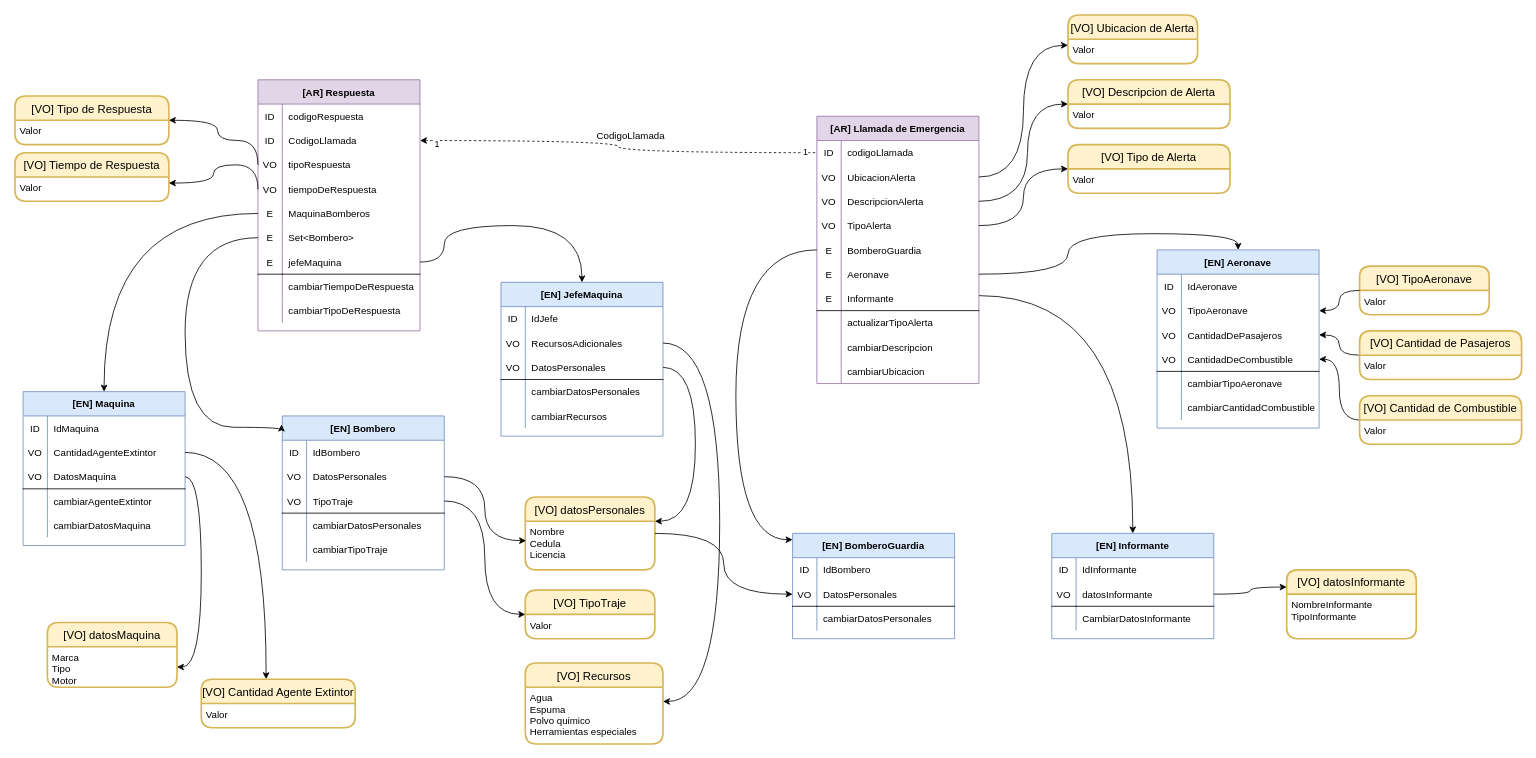
The draw.io diagram page "domain_model" (3 of 3) of Modelo de Dominio/modelo.drawio in maxdarkx/Desafio_ModeloDominio_RespuestaEmergencia, before the edit. Source tidied: cells renumbered, new cells numbered last; positions are measured from the earlier drawing's top-left corner, leaving out a move shared by most shapes. Both pictures are drawn from the tidied source at 81%, with x=0, y=0 at pixel (15, 15).
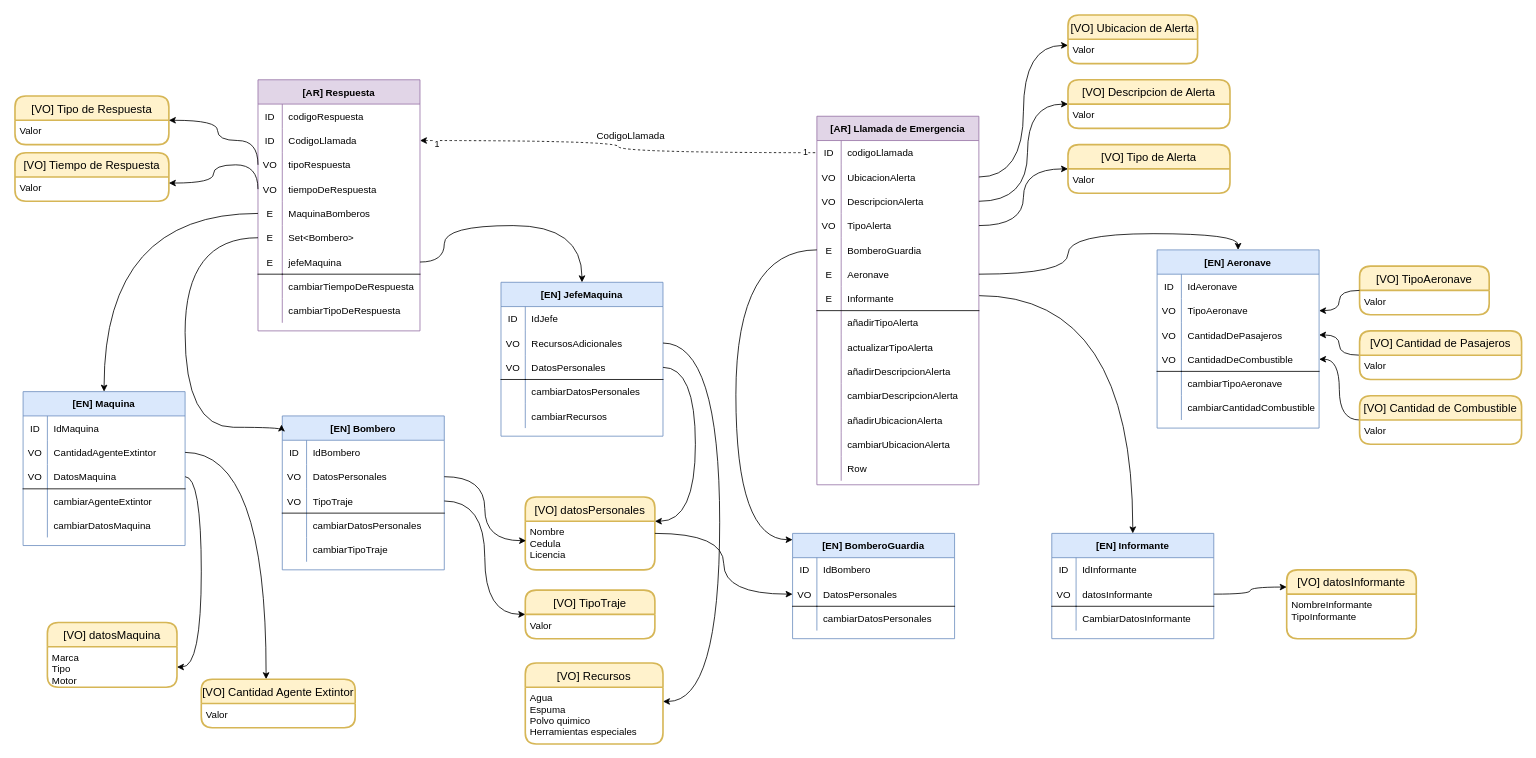
The same page after the edit.

Diff of the diagram source:
```diff
@@
     <mxCell id="33" value="[AR] Llamada de Emergencia" style="shape=table;startSize=30;childLayout=tableLayout;rowLines=0;fontStyle=1;align=center;fillColor=#e1d5e7;strokeColor=#9673a6;" parent="1" vertex="1">
-      <mxGeometry x="990" y="125" width="200" height="330" as="geometry" />
+      <mxGeometry x="990" y="125" width="200" height="455" as="geometry" />
     </mxCell>
@@
+    <mxCell id="202" style="shape=partialRectangle;fillColor=none;top=0;left=0;bottom=0;right=0;" parent="33" vertex="1">
+      <mxGeometry y="240" width="200" height="30" as="geometry" />
+    </mxCell>
+    <mxCell id="203" style="shape=partialRectangle;fillColor=none;top=0;left=0;bottom=0;right=0;overflow=hidden;" parent="202" vertex="1">
+      <mxGeometry width="30" height="30" as="geometry" />
+    </mxCell>
+    <mxCell id="204" value="añadirTipoAlerta" style="shape=partialRectangle;fillColor=none;top=0;left=0;bottom=0;right=0;align=left;spacingLeft=6;overflow=hidden;" parent="202" vertex="1">
+      <mxGeometry x="30" width="170" height="30" as="geometry" />
+    </mxCell>
     <mxCell id="55" style="shape=partialRectangle;fillColor=none;top=0;left=0;bottom=0;right=0;" parent="33" vertex="1">
-      <mxGeometry y="240" width="200" height="30" as="geometry" />
+      <mxGeometry y="270" width="200" height="30" as="geometry" />
     </mxCell>
@@
+    <mxCell id="205" style="shape=partialRectangle;fillColor=none;top=0;left=0;bottom=0;right=0;" parent="33" vertex="1">
+      <mxGeometry y="300" width="200" height="30" as="geometry" />
+    </mxCell>
+    <mxCell id="206" style="shape=partialRectangle;fillColor=none;top=0;left=0;bottom=0;right=0;overflow=hidden;" parent="205" vertex="1">
+      <mxGeometry width="30" height="30" as="geometry" />
+    </mxCell>
+    <mxCell id="207" value="añadirDescripcionAlerta" style="shape=partialRectangle;fillColor=none;top=0;left=0;bottom=0;right=0;align=left;spacingLeft=6;overflow=hidden;" parent="205" vertex="1">
+      <mxGeometry x="30" width="170" height="30" as="geometry" />
+    </mxCell>
     <mxCell id="58" style="shape=partialRectangle;fillColor=none;top=0;left=0;bottom=0;right=0;dashed=1;" parent="33" vertex="1">
-      <mxGeometry y="270" width="200" height="30" as="geometry" />
+      <mxGeometry y="330" width="200" height="30" as="geometry" />
     </mxCell>
@@
-    <mxCell id="60" value="cambiarDescripcion" style="shape=partialRectangle;fillColor=none;top=0;left=0;bottom=0;right=0;align=left;spacingLeft=6;overflow=hidden;" parent="58" vertex="1">
+    <mxCell id="60" value="cambiarDescripcionAlerta" style="shape=partialRectangle;fillColor=none;top=0;left=0;bottom=0;right=0;align=left;spacingLeft=6;overflow=hidden;" parent="58" vertex="1">
       <mxGeometry x="30" width="170" height="30" as="geometry" />
     </mxCell>
+    <mxCell id="208" style="shape=partialRectangle;fillColor=none;top=0;left=0;bottom=0;right=0;" parent="33" vertex="1">
+      <mxGeometry y="360" width="200" height="30" as="geometry" />
+    </mxCell>
+    <mxCell id="209" style="shape=partialRectangle;fillColor=none;top=0;left=0;bottom=0;right=0;overflow=hidden;" parent="208" vertex="1">
+      <mxGeometry width="30" height="30" as="geometry" />
+    </mxCell>
+    <mxCell id="210" value="añadirUbicacionAlerta" style="shape=partialRectangle;fillColor=none;top=0;left=0;bottom=0;right=0;align=left;spacingLeft=6;overflow=hidden;" parent="208" vertex="1">
+      <mxGeometry x="30" width="170" height="30" as="geometry" />
+    </mxCell>
     <mxCell id="61" style="shape=partialRectangle;fillColor=none;top=0;left=0;bottom=0;right=0;" parent="33" vertex="1">
-      <mxGeometry y="300" width="200" height="30" as="geometry" />
+      <mxGeometry y="390" width="200" height="30" as="geometry" />
     </mxCell>
@@
-    <mxCell id="63" value="cambiarUbicacion" style="shape=partialRectangle;fillColor=none;top=0;left=0;bottom=0;right=0;align=left;spacingLeft=6;overflow=hidden;" parent="61" vertex="1">
+    <mxCell id="63" value="cambiarUbicacionAlerta" style="shape=partialRectangle;fillColor=none;top=0;left=0;bottom=0;right=0;align=left;spacingLeft=6;overflow=hidden;" parent="61" vertex="1">
       <mxGeometry x="30" width="170" height="30" as="geometry" />
     </mxCell>
+    <mxCell id="211" style="shape=partialRectangle;fillColor=none;top=0;left=0;bottom=0;right=0;" parent="33" vertex="1">
+      <mxGeometry y="420" width="200" height="30" as="geometry" />
+    </mxCell>
+    <mxCell id="212" style="shape=partialRectangle;fillColor=none;top=0;left=0;bottom=0;right=0;overflow=hidden;" parent="211" vertex="1">
+      <mxGeometry width="30" height="30" as="geometry" />
+    </mxCell>
+    <mxCell id="213" value="Row" style="shape=partialRectangle;fillColor=none;top=0;left=0;bottom=0;right=0;align=left;spacingLeft=6;overflow=hidden;" parent="211" vertex="1">
+      <mxGeometry x="30" width="170" height="30" as="geometry" />
+    </mxCell>
```
